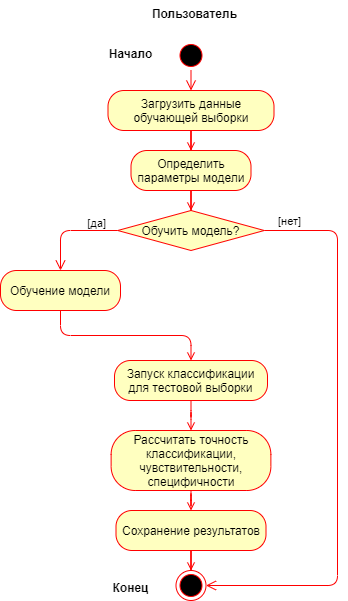
This is fig/deyatel-diagram1.png from warete/nir_mg_3_text, a draw.io export, as it was before one commit. Source tidied: cells renumbered, new cells last; positions are measured from the earlier drawing's top-left corner, leaving out a move shared by most shapes.
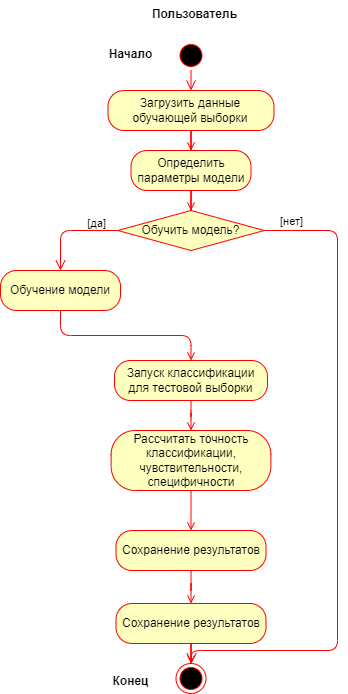
Above is the later version.

The edit, as a diff of the source:
```diff
@@ -24,7 +24,8 @@
       <mxGeometry x="-0.96" relative="1" as="geometry">
         <Array as="points">
           <mxPoint x="337" y="230" />
-          <mxPoint x="337" y="585" />
+          <mxPoint x="337" y="650" />
+          <mxPoint x="191" y="650" />
         </Array>
       </mxGeometry>
     </mxCell>
@@ -49,16 +50,16 @@
       <mxGeometry relative="1" as="geometry" />
     </mxCell>
     <mxCell id="15" value="Сохранение результатов" style="rounded=1;whiteSpace=wrap;html=1;arcSize=40;fontColor=#000000;fillColor=#ffffc0;strokeColor=#ff0000;" parent="1" vertex="1">
-      <mxGeometry x="115.5" y="510" width="150" height="40" as="geometry" />
+      <mxGeometry x="115.5" y="603" width="150" height="40" as="geometry" />
     </mxCell>
     <mxCell id="16" style="ellipse;html=1;shape=endState;fillColor=#000000;strokeColor=#ff0000;" parent="1" vertex="1">
-      <mxGeometry x="175.5" y="570" width="30" height="30" as="geometry" />
+      <mxGeometry x="175.5" y="663" width="30" height="30" as="geometry" />
     </mxCell>
     <mxCell id="17" value="Начало" style="text;align=center;fontStyle=1;verticalAlign=middle;spacingLeft=3;spacingRight=3;strokeColor=none;" parent="1" vertex="1">
       <mxGeometry x="90.5" y="40" width="80" height="26" as="geometry" />
     </mxCell>
     <mxCell id="18" value="Конец" style="text;align=center;fontStyle=1;verticalAlign=middle;spacingLeft=3;spacingRight=3;strokeColor=none;" parent="1" vertex="1">
-      <mxGeometry x="90.5" y="574" width="80" height="26" as="geometry" />
+      <mxGeometry x="90.5" y="667" width="80" height="26" as="geometry" />
     </mxCell>
     <mxCell id="19" style="edgeStyle=orthogonalEdgeStyle;rounded=0;jettySize=auto;html=1;entryX=0.5;entryY=0;entryDx=0;entryDy=0;endArrow=open;endFill=0;strokeColor=#FF0000;" parent="1" edge="1" source="20" target="7">
       <mxGeometry relative="1" as="geometry" />
@@ -66,11 +67,17 @@
     <mxCell id="20" value="Определить параметры модели" style="rounded=1;whiteSpace=wrap;html=1;arcSize=40;fontColor=#000000;fillColor=#ffffc0;strokeColor=#ff0000;" parent="1" vertex="1">
       <mxGeometry x="130.5" y="150" width="120" height="40" as="geometry" />
     </mxCell>
-    <mxCell id="21" style="edgeStyle=orthogonalEdgeStyle;rounded=1;jettySize=auto;html=1;endArrow=open;endFill=0;strokeColor=#FF0000;" parent="1" edge="1" source="22" target="15">
-      <mxGeometry relative="1" as="geometry" />
-    </mxCell>
+    <mxCell id="23" style="edgeStyle=orthogonalEdgeStyle;rounded=0;jettySize=auto;html=1;fillColor=#f8cecc;strokeColor=#FF0000;endArrow=open;endFill=0;" parent="1" edge="1" source="22" target="25">
+      <mxGeometry relative="1" as="geometry" />
+    </mxCell>
     <mxCell id="22" value="Рассчитать точность классификации,&lt;br&gt;чувствительности, специфичности" style="rounded=1;whiteSpace=wrap;html=1;arcSize=40;fontColor=#000000;fillColor=#ffffc0;strokeColor=#ff0000;" parent="1" vertex="1">
       <mxGeometry x="110.6" y="430" width="159.8" height="60" as="geometry" />
     </mxCell>
+    <mxCell id="24" style="edgeStyle=orthogonalEdgeStyle;rounded=0;jettySize=auto;html=1;strokeColor=#FF0000;endArrow=open;endFill=0;" parent="1" edge="1" source="25" target="15">
+      <mxGeometry relative="1" as="geometry" />
+    </mxCell>
+    <mxCell id="25" value="Сохранение результатов" style="rounded=1;whiteSpace=wrap;html=1;arcSize=40;fontColor=#000000;fillColor=#ffffc0;strokeColor=#ff0000;" parent="1" vertex="1">
+      <mxGeometry x="115.5" y="530" width="150" height="40" as="geometry" />
+    </mxCell>
   </root>
 </mxGraphModel>
```
